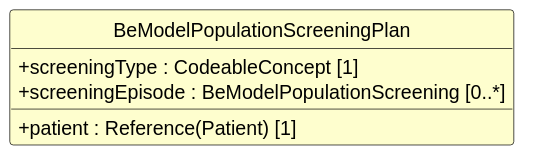
This is exports/diagrams/BeModelPopulationScreeningPlan-uml.svg from caresets/caresets-src, a PlantUML export, as it was before one commit.
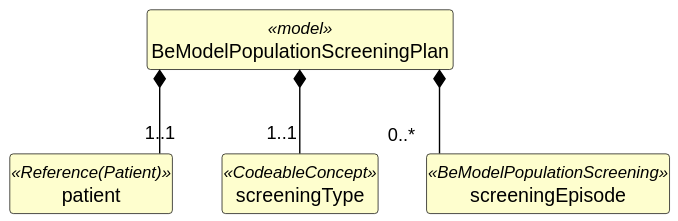
Later version of the same file.

What changed in the source:
```diff
@@ -12,9 +12,19 @@
 hide circle
 hide empty members
 
-class "BeModelPopulationScreeningPlan" as BeModelPopulationScreeningPlan {
-  +patient : Reference(Patient) [1]
-  +screeningType : CodeableConcept [1]
-  +screeningEpisode : BeModelPopulationScreening [0..*]
+class "BeModelPopulationScreeningPlan" as BeModelPopulationScreeningPlan <<model>> {
 }
+
+class "patient" as BeModelPopulationScreeningPlan_patient <<Reference(Patient)>> {
+}
+
+class "screeningType" as BeModelPopulationScreeningPlan_screeningType <<CodeableConcept>> {
+}
+
+class "screeningEpisode" as BeModelPopulationScreeningPlan_screeningEpisode <<BeModelPopulationScreening>> {
+}
+
+BeModelPopulationScreeningPlan *-- "1..1" BeModelPopulationScreeningPlan_patient
+BeModelPopulationScreeningPlan *-- "1..1" BeModelPopulationScreeningPlan_screeningType
+BeModelPopulationScreeningPlan *-- "0..*" BeModelPopulationScreeningPlan_screeningEpisode
 @enduml
```
